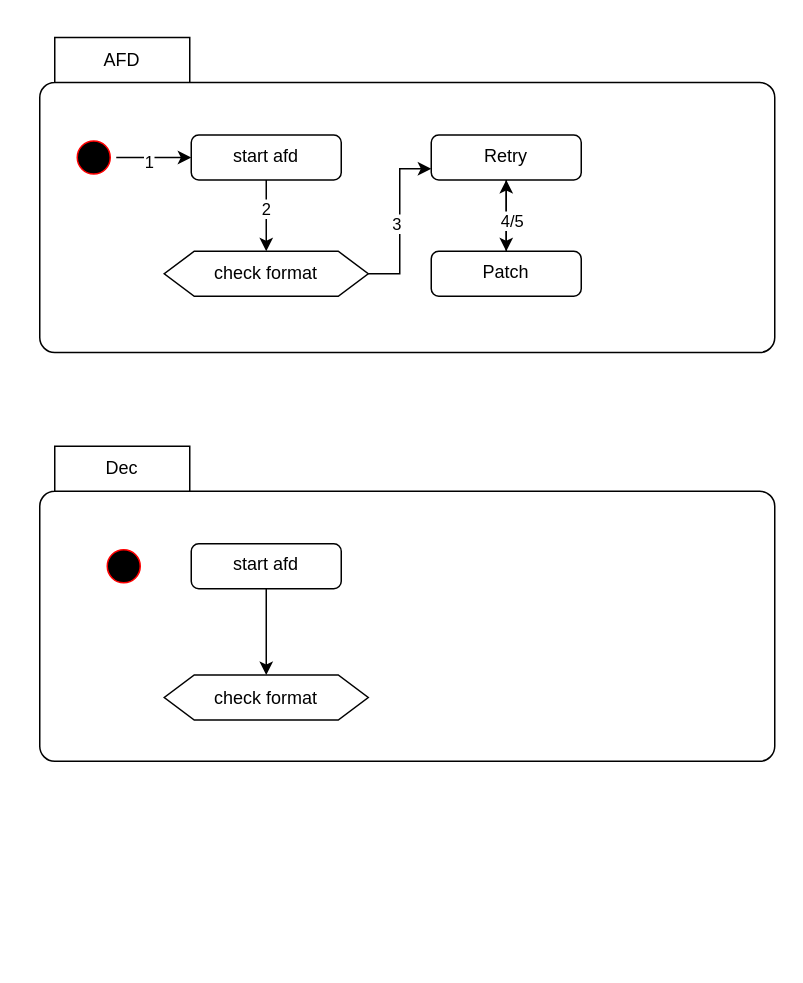
Before: page "第 4 页" (4 of 4) of 6210.drawio in joliet0l/Diagram, a draw.io diagram. Source tidied: cells renumbered, new cells numbered last; positions are measured from the earlier drawing's top-left corner, leaving out a move shared by most shapes. Both pictures are drawn from the tidied source at 150%, with x=0, y=0 at pixel (39, 38).
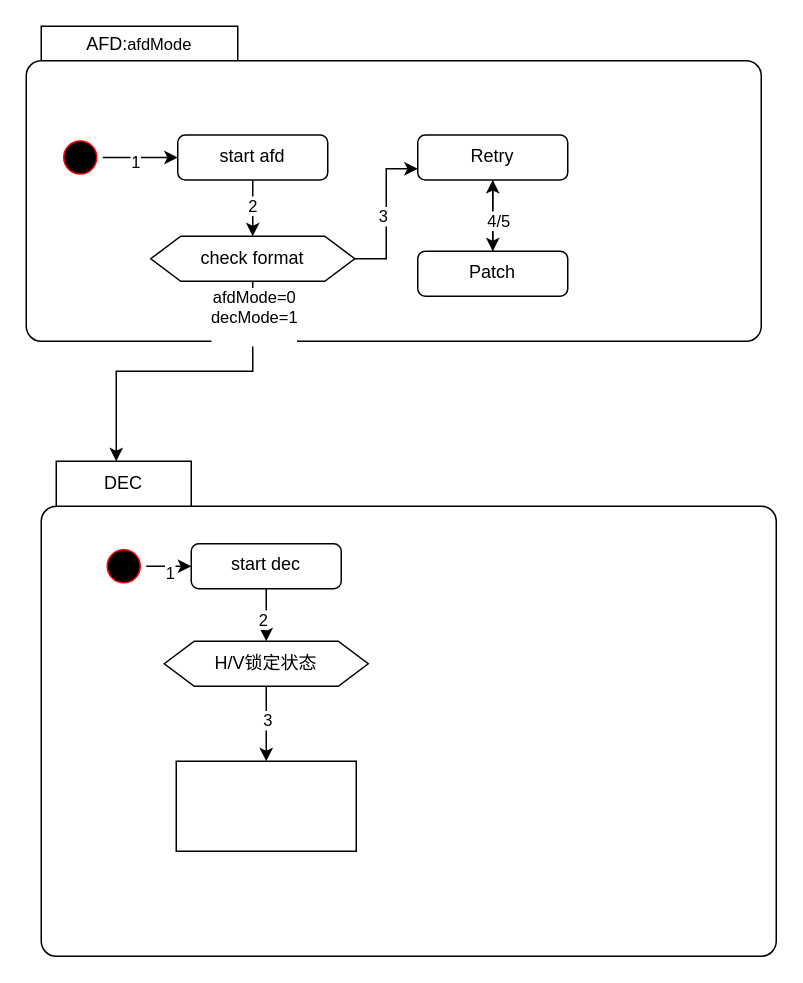
The same diagram, later.

The change refers to these unchanged cells:
```xml
<mxCell id="13" style="ellipse;html=1;shape=startState;fillColor=#000000;strokeColor=#ff0000;direction=west;flipH=1;legacyAnchorPoints=0;" parent="1" vertex="1">
  <mxGeometry x="41" y="337" width="30" height="30" as="geometry" />
</mxCell>
<mxCell id="14" style="edgeStyle=orthogonalEdgeStyle;rounded=0;jettySize=auto;html=1;entryX=0.5;entryY=0;entryDx=0;entryDy=0;" parent="1" edge="1" source="15" target="16">
  <mxGeometry relative="1" as="geometry" />
</mxCell>
```

Diff of the diagram source:
```diff
@@
-    <mxCell id="2" value="AFD" style="shape=folder;align=center;verticalAlign=middle;fontStyle=0;tabWidth=100;tabHeight=30;tabPosition=left;html=1;boundedLbl=1;labelInHeader=1;rounded=1;absoluteArcSize=1;arcSize=10;whiteSpace=wrap;" parent="1" vertex="1">
-      <mxGeometry y="-0.5" width="490" height="210" as="geometry" />
+    <mxCell id="2" value="AFD:&lt;span style=&quot;font-size: 11px; text-wrap-mode: nowrap; background-color: rgb(255, 255, 255);&quot;&gt;afdMode&lt;/span&gt;" style="shape=folder;align=center;verticalAlign=middle;fontStyle=0;tabWidth=141;tabHeight=23;tabPosition=left;html=1;boundedLbl=1;labelInHeader=1;rounded=1;absoluteArcSize=1;arcSize=10;whiteSpace=wrap;" parent="1" vertex="1">
+      <mxGeometry x="-9" y="-8" width="490" height="210" as="geometry" />
     </mxCell>
@@
     <mxCell id="5" style="ellipse;html=1;shape=startState;fillColor=#000000;strokeColor=#ff0000;direction=west;flipH=1;legacyAnchorPoints=0;" parent="1" vertex="1">
-      <mxGeometry x="21" y="64.5" width="30" height="30" as="geometry" />
+      <mxGeometry x="12" y="64.5" width="30" height="30" as="geometry" />
     </mxCell>
@@
     <mxCell id="8" value="start afd" style="html=1;align=center;verticalAlign=top;rounded=1;absoluteArcSize=1;arcSize=10;dashed=0;whiteSpace=wrap;" parent="1" vertex="1">
-      <mxGeometry x="101" y="64.5" width="100" height="30" as="geometry" />
+      <mxGeometry x="92" y="64.5" width="100" height="30" as="geometry" />
     </mxCell>
@@
     <mxCell id="11" value="check format" style="shape=hexagon;perimeter=hexagonPerimeter2;whiteSpace=wrap;html=1;fixedSize=1;" parent="1" vertex="1">
-      <mxGeometry x="83" y="142" width="136" height="30" as="geometry" />
+      <mxGeometry x="74" y="132" width="136" height="30" as="geometry" />
     </mxCell>
-    <mxCell id="12" value="Dec" style="shape=folder;align=center;verticalAlign=middle;fontStyle=0;tabWidth=100;tabHeight=30;tabPosition=left;html=1;boundedLbl=1;labelInHeader=1;rounded=1;absoluteArcSize=1;arcSize=10;whiteSpace=wrap;" parent="1" vertex="1">
-      <mxGeometry y="272" width="490" height="210" as="geometry" />
+    <mxCell id="12" value="DEC" style="shape=folder;align=center;verticalAlign=middle;fontStyle=0;tabWidth=100;tabHeight=30;tabPosition=left;html=1;boundedLbl=1;labelInHeader=1;rounded=1;absoluteArcSize=1;arcSize=10;whiteSpace=wrap;" parent="1" vertex="1">
+      <mxGeometry x="1" y="282" width="490" height="330" as="geometry" />
     </mxCell>
+    <mxCell id="22" style="edgeStyle=orthogonalEdgeStyle;rounded=0;jettySize=auto;html=1;" parent="1" edge="1" source="13" target="15">
+      <mxGeometry relative="1" as="geometry" />
+    </mxCell>
+    <mxCell id="23" value="1" style="edgeLabel;html=1;align=center;verticalAlign=middle;" parent="22" vertex="1">
+      <mxGeometry x="0.4" y="-4" relative="1" as="geometry" />
+    </mxCell>
@@
+    <mxCell id="24" value="2" style="edgeLabel;html=1;align=center;verticalAlign=middle;" parent="14" vertex="1">
+      <mxGeometry x="0.33" y="-3" relative="1" as="geometry" />
+    </mxCell>
-    <mxCell id="15" value="start afd" style="html=1;align=center;verticalAlign=top;rounded=1;absoluteArcSize=1;arcSize=10;dashed=0;whiteSpace=wrap;" parent="1" vertex="1">
+    <mxCell id="15" value="start dec" style="html=1;align=center;verticalAlign=top;rounded=1;absoluteArcSize=1;arcSize=10;dashed=0;whiteSpace=wrap;" parent="1" vertex="1">
       <mxGeometry x="101" y="337" width="100" height="30" as="geometry" />
     </mxCell>
+    <mxCell id="25" style="edgeStyle=orthogonalEdgeStyle;rounded=0;jettySize=auto;html=1;" parent="1" edge="1" source="16" target="29">
+      <mxGeometry relative="1" as="geometry" />
+    </mxCell>
+    <mxCell id="26" value="3" style="edgeLabel;html=1;align=center;verticalAlign=middle;" parent="25" vertex="1">
+      <mxGeometry x="-0.12" relative="1" as="geometry" />
+    </mxCell>
-    <mxCell id="16" value="check format" style="shape=hexagon;perimeter=hexagonPerimeter2;whiteSpace=wrap;html=1;fixedSize=1;" parent="1" vertex="1">
-      <mxGeometry x="83" y="424.5" width="136" height="30" as="geometry" />
+    <mxCell id="16" value="H/V锁定状态" style="shape=hexagon;perimeter=hexagonPerimeter2;whiteSpace=wrap;html=1;fixedSize=1;" parent="1" vertex="1">
+      <mxGeometry x="83" y="402" width="136" height="30" as="geometry" />
     </mxCell>
@@
     <mxCell id="18" value="Retry" style="html=1;align=center;verticalAlign=top;rounded=1;absoluteArcSize=1;arcSize=10;dashed=0;whiteSpace=wrap;" parent="1" vertex="1">
-      <mxGeometry x="261" y="64.5" width="100" height="30" as="geometry" />
+      <mxGeometry x="252" y="64.5" width="100" height="30" as="geometry" />
     </mxCell>
@@
     <mxCell id="21" value="Patch" style="html=1;align=center;verticalAlign=top;rounded=1;absoluteArcSize=1;arcSize=10;dashed=0;whiteSpace=wrap;" parent="1" vertex="1">
-      <mxGeometry x="261" y="142" width="100" height="30" as="geometry" />
+      <mxGeometry x="252" y="142" width="100" height="30" as="geometry" />
     </mxCell>
+    <mxCell id="27" style="edgeStyle=orthogonalEdgeStyle;rounded=0;jettySize=auto;html=1;entryX=0;entryY=0;entryDx=50;entryDy=0;entryPerimeter=0;" parent="1" edge="1" source="11" target="12">
+      <mxGeometry relative="1" as="geometry" />
+    </mxCell>
+    <mxCell id="28" value="afdMode=0&lt;div&gt;decMode=1&lt;br&gt;&lt;div&gt;&lt;br&gt;&lt;/div&gt;&lt;/div&gt;" style="edgeLabel;html=1;align=center;verticalAlign=middle;" parent="27" vertex="1">
+      <mxGeometry x="-0.78" relative="1" as="geometry" />
+    </mxCell>
+    <mxCell id="29" style="whiteSpace=wrap;html=1;" parent="1" vertex="1">
+      <mxGeometry x="91" y="482" width="120" height="60" as="geometry" />
+    </mxCell>
```
